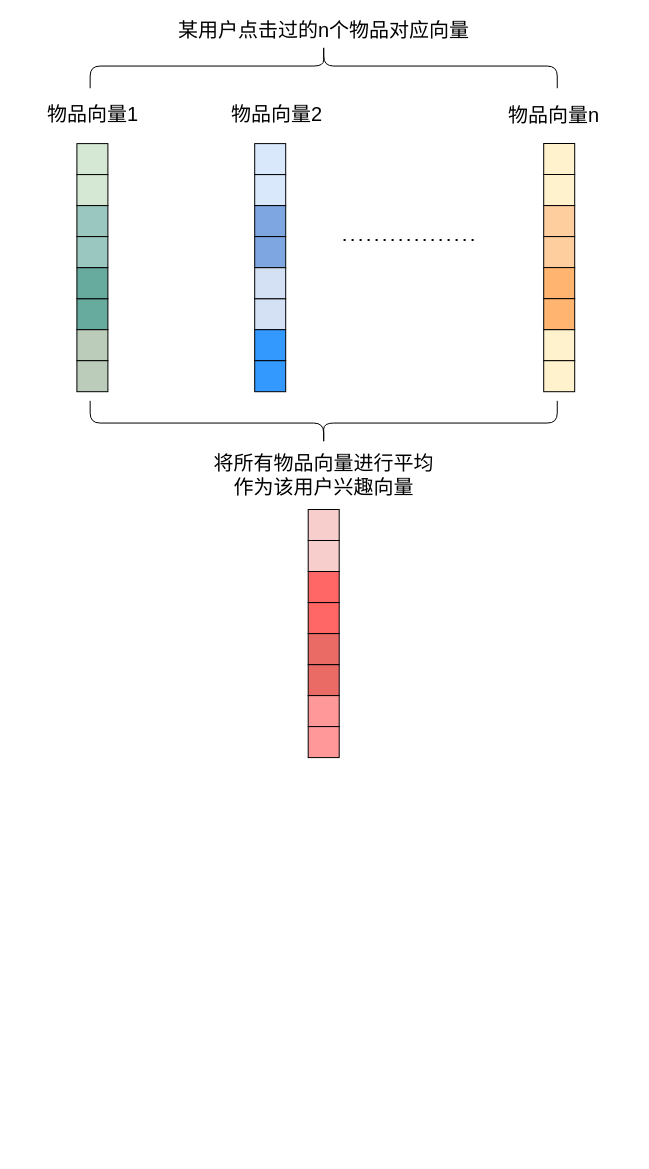
Earlier version of the draw.io diagram 0430.drawio (OdaXU/svm). Source tidied: cells renumbered, new cells numbered last; positions are measured from the earlier drawing's top-left corner, leaving out a move shared by most shapes. Both pictures are drawn from the tidied source at 100%, with x=0, y=0 at pixel (37, -168).
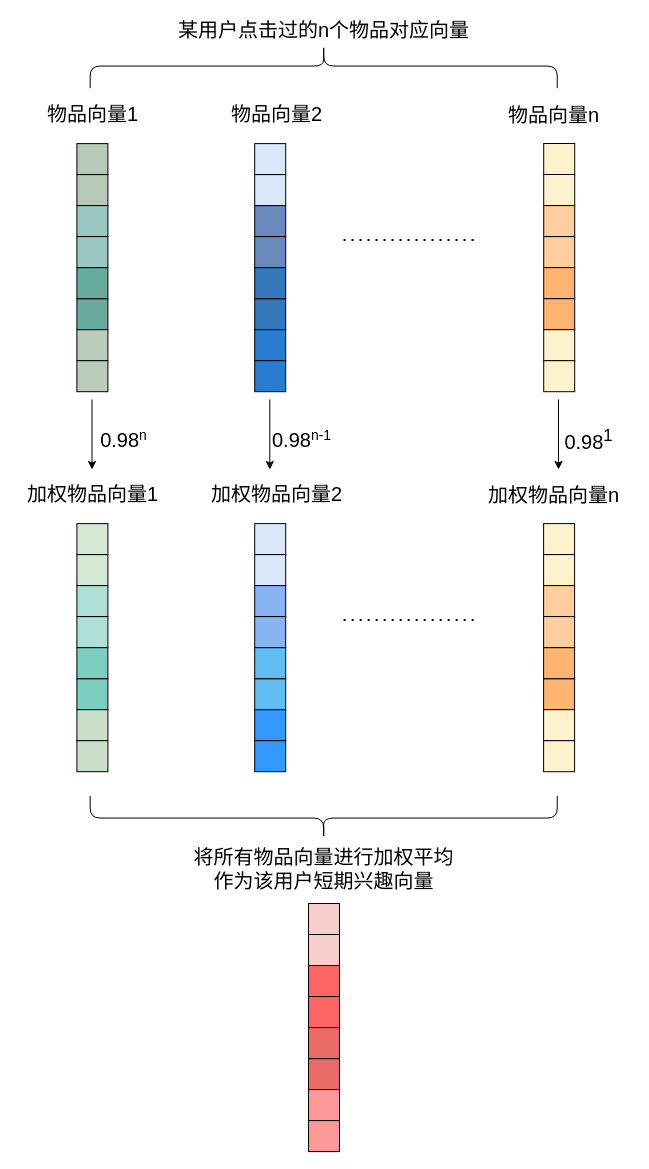
The same diagram, later.

Change to the diagram source:
```diff
@@
-    <mxCell id="16" style="whiteSpace=wrap;html=1;labelBackgroundColor=#FFFFFF;sketch=0;fontSize=15;strokeColor=#000000;fillColor=#d5e8d4;rotation=90;" parent="1" vertex="1">
+    <mxCell id="16" style="whiteSpace=wrap;html=1;labelBackgroundColor=#FFFFFF;sketch=0;fontSize=15;strokeColor=#000000;fillColor=#B9C9B8;rotation=90;" parent="1" vertex="1">
       <mxGeometry x="39.4" y="311.1" width="31" height="31" as="geometry" />
     </mxCell>
-    <mxCell id="17" style="whiteSpace=wrap;html=1;labelBackgroundColor=#FFFFFF;sketch=0;fontSize=15;strokeColor=#000000;fillColor=#d5e8d4;rotation=90;" parent="1" vertex="1">
+    <mxCell id="17" style="whiteSpace=wrap;html=1;labelBackgroundColor=#FFFFFF;sketch=0;fontSize=15;strokeColor=#000000;fillColor=#B9C9B8;rotation=90;" parent="1" vertex="1">
       <mxGeometry x="39.4" y="342.1" width="31" height="31" as="geometry" />
     </mxCell>
@@
-    <mxCell id="28" style="whiteSpace=wrap;html=1;labelBackgroundColor=#FFFFFF;sketch=0;fontSize=15;strokeColor=#000000;fillColor=#7EA6E0;rotation=90;" parent="1" vertex="1">
+    <mxCell id="28" style="whiteSpace=wrap;html=1;labelBackgroundColor=#FFFFFF;sketch=0;fontSize=15;strokeColor=#000000;fillColor=#698ABA;rotation=90;" parent="1" vertex="1">
       <mxGeometry x="217.2" y="373.1" width="31" height="31" as="geometry" />
     </mxCell>
-    <mxCell id="29" style="whiteSpace=wrap;html=1;labelBackgroundColor=#FFFFFF;sketch=0;fontSize=15;strokeColor=#000000;fillColor=#7EA6E0;rotation=90;" parent="1" vertex="1">
+    <mxCell id="29" style="whiteSpace=wrap;html=1;labelBackgroundColor=#FFFFFF;sketch=0;fontSize=15;strokeColor=#000000;fillColor=#698ABA;rotation=90;" parent="1" vertex="1">
       <mxGeometry x="217.2" y="404.1" width="31" height="31" as="geometry" />
     </mxCell>
-    <mxCell id="30" style="whiteSpace=wrap;html=1;labelBackgroundColor=#FFFFFF;sketch=0;fontSize=15;strokeColor=#000000;fillColor=#D4E1F5;rotation=90;" parent="1" vertex="1">
+    <mxCell id="30" style="whiteSpace=wrap;html=1;labelBackgroundColor=#FFFFFF;sketch=0;fontSize=15;strokeColor=#000000;fillColor=#3477BA;rotation=90;" parent="1" vertex="1">
       <mxGeometry x="217.2" y="466.2" width="31" height="31" as="geometry" />
     </mxCell>
-    <mxCell id="31" style="whiteSpace=wrap;html=1;labelBackgroundColor=#FFFFFF;sketch=0;fontSize=15;strokeColor=#000000;fillColor=#3399FF;rotation=90;" parent="1" vertex="1">
+    <mxCell id="31" style="whiteSpace=wrap;html=1;labelBackgroundColor=#FFFFFF;sketch=0;fontSize=15;strokeColor=#000000;fillColor=#297CCF;rotation=90;" parent="1" vertex="1">
       <mxGeometry x="217.2" y="497.2" width="31" height="31" as="geometry" />
     </mxCell>
-    <mxCell id="32" style="whiteSpace=wrap;html=1;labelBackgroundColor=#FFFFFF;sketch=0;fontSize=15;strokeColor=#000000;fillColor=#3399FF;rotation=90;" parent="1" vertex="1">
+    <mxCell id="32" style="whiteSpace=wrap;html=1;labelBackgroundColor=#FFFFFF;sketch=0;fontSize=15;strokeColor=#000000;fillColor=#297CCF;rotation=90;" parent="1" vertex="1">
       <mxGeometry x="217.2" y="528.2" width="31" height="31" as="geometry" />
     </mxCell>
-    <mxCell id="33" style="whiteSpace=wrap;html=1;labelBackgroundColor=#FFFFFF;sketch=0;fontSize=15;strokeColor=#000000;fillColor=#D4E1F5;rotation=90;" parent="1" vertex="1">
+    <mxCell id="33" style="whiteSpace=wrap;html=1;labelBackgroundColor=#FFFFFF;sketch=0;fontSize=15;strokeColor=#000000;fillColor=#3477BA;rotation=90;" parent="1" vertex="1">
       <mxGeometry x="217.2" y="435.2" width="31" height="31" as="geometry" />
     </mxCell>
     <mxCell id="34" style="shape=curlyBracket;whiteSpace=wrap;html=1;rounded=1;fillColor=#FFF2CC;rotation=-90;" parent="1" vertex="1">
-      <mxGeometry x="264" y="357" width="44.4" height="467.1" as="geometry" />
+      <mxGeometry x="264" y="752" width="44.4" height="467.1" as="geometry" />
     </mxCell>
-    <mxCell id="35" value="&lt;span style=&quot;font-size: 20px&quot;&gt;将所有物品向量进行平均&lt;br&gt;作为该用户兴趣向量&lt;br&gt;&lt;/span&gt;" style="text;html=1;align=center;verticalAlign=middle;strokeColor=none;fillColor=none;fontSize=8;fontColor=#000000;" parent="1" vertex="1">
-      <mxGeometry x="166.2" y="627" width="240" height="30" as="geometry" />
+    <mxCell id="35" value="&lt;span style=&quot;font-size: 20px&quot;&gt;将所有物品向量进行加权平均&lt;br&gt;作为该用户短期兴趣向量&lt;br&gt;&lt;/span&gt;" style="text;html=1;align=center;verticalAlign=middle;strokeColor=none;fillColor=none;fontSize=8;fontColor=#000000;" parent="1" vertex="1">
+      <mxGeometry x="146.2" y="1021" width="280" height="30" as="geometry" />
     </mxCell>
+    <mxCell id="44" style="whiteSpace=wrap;html=1;labelBackgroundColor=#FFFFFF;sketch=0;fontSize=15;strokeColor=#000000;fillColor=#fff2cc;rotation=90;" parent="1" vertex="1">
+      <mxGeometry x="506.1" y="691.1" width="31" height="31" as="geometry" />
+    </mxCell>
+    <mxCell id="45" style="whiteSpace=wrap;html=1;labelBackgroundColor=#FFFFFF;sketch=0;fontSize=15;strokeColor=#000000;fillColor=#fff2cc;rotation=90;" parent="1" vertex="1">
+      <mxGeometry x="506.1" y="722.1" width="31" height="31" as="geometry" />
+    </mxCell>
+    <mxCell id="46" style="whiteSpace=wrap;html=1;labelBackgroundColor=#FFFFFF;sketch=0;fontSize=15;strokeColor=#000000;fillColor=#FFCE9F;rotation=90;" parent="1" vertex="1">
+      <mxGeometry x="506.1" y="753.1" width="31" height="31" as="geometry" />
+    </mxCell>
+    <mxCell id="47" style="whiteSpace=wrap;html=1;labelBackgroundColor=#FFFFFF;sketch=0;fontSize=15;strokeColor=#000000;fillColor=#FFCE9F;rotation=90;" parent="1" vertex="1">
+      <mxGeometry x="506.1" y="784.1" width="31" height="31" as="geometry" />
+    </mxCell>
+    <mxCell id="48" style="whiteSpace=wrap;html=1;labelBackgroundColor=#FFFFFF;sketch=0;fontSize=15;strokeColor=#000000;fillColor=#FFB570;rotation=90;" parent="1" vertex="1">
+      <mxGeometry x="506.1" y="846.2" width="31" height="31" as="geometry" />
+    </mxCell>
+    <mxCell id="49" style="whiteSpace=wrap;html=1;labelBackgroundColor=#FFFFFF;sketch=0;fontSize=15;strokeColor=#000000;fillColor=#FFF2CC;rotation=90;" parent="1" vertex="1">
+      <mxGeometry x="506.1" y="877.2" width="31" height="31" as="geometry" />
+    </mxCell>
+    <mxCell id="50" style="whiteSpace=wrap;html=1;labelBackgroundColor=#FFFFFF;sketch=0;fontSize=15;strokeColor=#000000;fillColor=#FFF2CC;rotation=90;" parent="1" vertex="1">
+      <mxGeometry x="506.1" y="908.2" width="31" height="31" as="geometry" />
+    </mxCell>
+    <mxCell id="51" style="whiteSpace=wrap;html=1;labelBackgroundColor=#FFFFFF;sketch=0;fontSize=15;strokeColor=#000000;fillColor=#FFB570;rotation=90;" parent="1" vertex="1">
+      <mxGeometry x="506.1" y="815.2" width="31" height="31" as="geometry" />
+    </mxCell>
+    <mxCell id="52" value="&lt;font style=&quot;font-size: 20px&quot;&gt;加权物品向量n&lt;/font&gt;" style="text;html=1;align=center;verticalAlign=middle;strokeColor=none;fillColor=none;fontSize=20;fontColor=#000000;" parent="1" vertex="1">
+      <mxGeometry x="441" y="647" width="150" height="30" as="geometry" />
+    </mxCell>
+    <mxCell id="53" style="endArrow=none;dashed=1;html=1;dashPattern=1 3;strokeWidth=2;rounded=0;" parent="1" edge="1">
+      <mxGeometry relative="1" as="geometry">
+        <mxPoint x="306.1" y="787.5" as="sourcePoint" />
+        <mxPoint x="439.4" y="787.5" as="targetPoint" />
+      </mxGeometry>
+    </mxCell>
+    <mxCell id="54" style="whiteSpace=wrap;html=1;labelBackgroundColor=#FFFFFF;sketch=0;fontSize=15;strokeColor=#000000;fillColor=#d5e8d4;rotation=90;" parent="1" vertex="1">
+      <mxGeometry x="39.4" y="691.1" width="31" height="31" as="geometry" />
+    </mxCell>
+    <mxCell id="55" style="whiteSpace=wrap;html=1;labelBackgroundColor=#FFFFFF;sketch=0;fontSize=15;strokeColor=#000000;fillColor=#d5e8d4;rotation=90;" parent="1" vertex="1">
+      <mxGeometry x="39.4" y="722.1" width="31" height="31" as="geometry" />
+    </mxCell>
+    <mxCell id="56" style="whiteSpace=wrap;html=1;labelBackgroundColor=#FFFFFF;sketch=0;fontSize=15;strokeColor=#000000;fillColor=#AEE0D7;rotation=90;" parent="1" vertex="1">
+      <mxGeometry x="39.4" y="753.1" width="31" height="31" as="geometry" />
+    </mxCell>
+    <mxCell id="57" style="whiteSpace=wrap;html=1;labelBackgroundColor=#FFFFFF;sketch=0;fontSize=15;strokeColor=#000000;fillColor=#AEE0D7;rotation=90;" parent="1" vertex="1">
+      <mxGeometry x="39.4" y="784.1" width="31" height="31" as="geometry" />
+    </mxCell>
+    <mxCell id="58" style="whiteSpace=wrap;html=1;labelBackgroundColor=#FFFFFF;sketch=0;fontSize=15;strokeColor=#000000;fillColor=#7CCFC0;rotation=90;" parent="1" vertex="1">
+      <mxGeometry x="39.4" y="846.2" width="31" height="31" as="geometry" />
+    </mxCell>
+    <mxCell id="59" style="whiteSpace=wrap;html=1;labelBackgroundColor=#FFFFFF;sketch=0;fontSize=15;strokeColor=#000000;fillColor=#CBDECA;rotation=90;" parent="1" vertex="1">
+      <mxGeometry x="39.4" y="877.2" width="31" height="31" as="geometry" />
+    </mxCell>
+    <mxCell id="60" style="whiteSpace=wrap;html=1;labelBackgroundColor=#FFFFFF;sketch=0;fontSize=15;strokeColor=#000000;fillColor=#CBDECA;rotation=90;" parent="1" vertex="1">
+      <mxGeometry x="39.4" y="908.2" width="31" height="31" as="geometry" />
+    </mxCell>
+    <mxCell id="61" style="whiteSpace=wrap;html=1;labelBackgroundColor=#FFFFFF;sketch=0;fontSize=15;strokeColor=#000000;fillColor=#7CCFC0;rotation=90;" parent="1" vertex="1">
+      <mxGeometry x="39.4" y="815.2" width="31" height="31" as="geometry" />
+    </mxCell>
+    <mxCell id="62" value="&lt;font style=&quot;font-size: 20px&quot;&gt;加权物品向量1&lt;/font&gt;" style="text;html=1;align=center;verticalAlign=middle;strokeColor=none;fillColor=none;fontSize=18;fontColor=#000000;" parent="1" vertex="1">
+      <mxGeometry x="-20" y="647" width="150" height="30" as="geometry" />
+    </mxCell>
+    <mxCell id="63" value="&lt;font style=&quot;font-size: 20px&quot;&gt;加权物品向量2&lt;/font&gt;" style="text;html=1;align=center;verticalAlign=middle;strokeColor=none;fillColor=none;fontSize=18;fontColor=#000000;" parent="1" vertex="1">
+      <mxGeometry x="164.4" y="647" width="150" height="30" as="geometry" />
+    </mxCell>
+    <mxCell id="64" style="whiteSpace=wrap;html=1;labelBackgroundColor=#FFFFFF;sketch=0;fontSize=15;strokeColor=#000000;fillColor=#dae8fc;rotation=90;" parent="1" vertex="1">
+      <mxGeometry x="217.2" y="691.1" width="31" height="31" as="geometry" />
+    </mxCell>
+    <mxCell id="65" style="whiteSpace=wrap;html=1;labelBackgroundColor=#FFFFFF;sketch=0;fontSize=15;strokeColor=#000000;fillColor=#dae8fc;rotation=90;" parent="1" vertex="1">
+      <mxGeometry x="217.2" y="722.1" width="31" height="31" as="geometry" />
+    </mxCell>
+    <mxCell id="66" style="whiteSpace=wrap;html=1;labelBackgroundColor=#FFFFFF;sketch=0;fontSize=15;strokeColor=#000000;fillColor=#88B4F2;rotation=90;" parent="1" vertex="1">
+      <mxGeometry x="217.2" y="753.1" width="31" height="31" as="geometry" />
+    </mxCell>
+    <mxCell id="67" style="whiteSpace=wrap;html=1;labelBackgroundColor=#FFFFFF;sketch=0;fontSize=15;strokeColor=#000000;fillColor=#88B4F2;rotation=90;" parent="1" vertex="1">
+      <mxGeometry x="217.2" y="784.1" width="31" height="31" as="geometry" />
+    </mxCell>
+    <mxCell id="68" style="whiteSpace=wrap;html=1;labelBackgroundColor=#FFFFFF;sketch=0;fontSize=15;strokeColor=#000000;fillColor=#60BEF5;rotation=90;" parent="1" vertex="1">
+      <mxGeometry x="217.2" y="846.2" width="31" height="31" as="geometry" />
+    </mxCell>
+    <mxCell id="69" style="whiteSpace=wrap;html=1;labelBackgroundColor=#FFFFFF;sketch=0;fontSize=15;strokeColor=#000000;fillColor=#3399FF;rotation=90;" parent="1" vertex="1">
+      <mxGeometry x="217.2" y="877.2" width="31" height="31" as="geometry" />
+    </mxCell>
+    <mxCell id="70" style="whiteSpace=wrap;html=1;labelBackgroundColor=#FFFFFF;sketch=0;fontSize=15;strokeColor=#000000;fillColor=#3399FF;rotation=90;" parent="1" vertex="1">
+      <mxGeometry x="217.2" y="908.2" width="31" height="31" as="geometry" />
+    </mxCell>
+    <mxCell id="71" style="whiteSpace=wrap;html=1;labelBackgroundColor=#FFFFFF;sketch=0;fontSize=15;strokeColor=#000000;fillColor=#60BEF5;rotation=90;" parent="1" vertex="1">
+      <mxGeometry x="217.2" y="815.2" width="31" height="31" as="geometry" />
+    </mxCell>
+    <mxCell id="72" style="endArrow=classic;html=1;rounded=0;fontSize=20;" parent="1" edge="1">
+      <mxGeometry relative="1" as="geometry">
+        <mxPoint x="521" y="567" as="sourcePoint" />
+        <mxPoint x="521" y="637" as="targetPoint" />
+      </mxGeometry>
+    </mxCell>
+    <mxCell id="73" style="endArrow=classic;html=1;rounded=0;fontSize=20;" parent="1" edge="1">
+      <mxGeometry relative="1" as="geometry">
+        <mxPoint x="232.3" y="567" as="sourcePoint" />
+        <mxPoint x="232.3" y="637" as="targetPoint" />
+      </mxGeometry>
+    </mxCell>
+    <mxCell id="74" style="endArrow=classic;html=1;rounded=0;fontSize=20;" parent="1" edge="1">
+      <mxGeometry relative="1" as="geometry">
+        <mxPoint x="54.5" y="567" as="sourcePoint" />
+        <mxPoint x="54.5" y="637" as="targetPoint" />
+      </mxGeometry>
+    </mxCell>
+    <mxCell id="75" value="0.98&lt;sup&gt;1&lt;/sup&gt;" style="text;html=1;align=center;verticalAlign=middle;strokeColor=none;fillColor=none;fontSize=20;fontColor=#000000;" parent="1" vertex="1">
+      <mxGeometry x="521" y="587" width="60" height="40" as="geometry" />
+    </mxCell>
+    <mxCell id="76" value="0.98&lt;span style=&quot;font-size: 16.6667px&quot;&gt;&lt;sup&gt;n-1&lt;/sup&gt;&lt;/span&gt;" style="text;html=1;align=center;verticalAlign=middle;strokeColor=none;fillColor=none;fontSize=20;fontColor=#000000;" parent="1" vertex="1">
+      <mxGeometry x="229.4" y="587" width="70" height="40" as="geometry" />
+    </mxCell>
+    <mxCell id="77" value="0.98&lt;span style=&quot;font-size: 16.6667px&quot;&gt;&lt;sup&gt;n&lt;/sup&gt;&lt;/span&gt;" style="text;html=1;align=center;verticalAlign=middle;strokeColor=none;fillColor=none;fontSize=20;fontColor=#000000;" parent="1" vertex="1">
+      <mxGeometry x="56" y="587" width="60" height="40" as="geometry" />
+    </mxCell>
+    <mxCell id="78" style="group;" parent="1" vertex="1">
+      <mxGeometry x="271" y="1071" width="31" height="248.2" as="geometry" />
+    </mxCell>
-    <mxCell id="36" style="whiteSpace=wrap;html=1;labelBackgroundColor=#FFFFFF;sketch=0;fontSize=15;strokeColor=#000000;fillColor=#f8cecc;rotation=90;" parent="1" vertex="1">
-      <mxGeometry x="270.7" y="677" width="31" height="31" as="geometry" />
+    <mxCell id="36" style="whiteSpace=wrap;html=1;labelBackgroundColor=#FFFFFF;sketch=0;fontSize=15;strokeColor=#000000;fillColor=#f8cecc;rotation=90;" parent="78" vertex="1">
+      <mxGeometry width="31" height="31" as="geometry" />
     </mxCell>
-    <mxCell id="37" style="whiteSpace=wrap;html=1;labelBackgroundColor=#FFFFFF;sketch=0;fontSize=15;strokeColor=#000000;fillColor=#f8cecc;rotation=90;" parent="1" vertex="1">
-      <mxGeometry x="270.7" y="708" width="31" height="31" as="geometry" />
+    <mxCell id="37" style="whiteSpace=wrap;html=1;labelBackgroundColor=#FFFFFF;sketch=0;fontSize=15;strokeColor=#000000;fillColor=#f8cecc;rotation=90;" parent="78" vertex="1">
+      <mxGeometry y="31" width="31" height="31" as="geometry" />
     </mxCell>
-    <mxCell id="38" style="whiteSpace=wrap;html=1;labelBackgroundColor=#FFFFFF;sketch=0;fontSize=15;strokeColor=#000000;fillColor=#FF6666;rotation=90;" parent="1" vertex="1">
-      <mxGeometry x="270.7" y="739" width="31" height="31" as="geometry" />
+    <mxCell id="38" style="whiteSpace=wrap;html=1;labelBackgroundColor=#FFFFFF;sketch=0;fontSize=15;strokeColor=#000000;fillColor=#FF6666;rotation=90;" parent="78" vertex="1">
+      <mxGeometry y="62" width="31" height="31" as="geometry" />
     </mxCell>
-    <mxCell id="39" style="whiteSpace=wrap;html=1;labelBackgroundColor=#FFFFFF;sketch=0;fontSize=15;strokeColor=#000000;fillColor=#FF6666;rotation=90;" parent="1" vertex="1">
-      <mxGeometry x="270.7" y="770.1" width="31" height="31" as="geometry" />
+    <mxCell id="39" style="whiteSpace=wrap;html=1;labelBackgroundColor=#FFFFFF;sketch=0;fontSize=15;strokeColor=#000000;fillColor=#FF6666;rotation=90;" parent="78" vertex="1">
+      <mxGeometry y="93.1" width="31" height="31" as="geometry" />
     </mxCell>
-    <mxCell id="40" style="whiteSpace=wrap;html=1;labelBackgroundColor=#FFFFFF;sketch=0;fontSize=15;strokeColor=#000000;fillColor=#EA6B66;rotation=90;" parent="1" vertex="1">
-      <mxGeometry x="270.7" y="832.1" width="31" height="31" as="geometry" />
+    <mxCell id="40" style="whiteSpace=wrap;html=1;labelBackgroundColor=#FFFFFF;sketch=0;fontSize=15;strokeColor=#000000;fillColor=#EA6B66;rotation=90;" parent="78" vertex="1">
+      <mxGeometry y="155.1" width="31" height="31" as="geometry" />
     </mxCell>
-    <mxCell id="41" style="whiteSpace=wrap;html=1;labelBackgroundColor=#FFFFFF;sketch=0;fontSize=15;strokeColor=#000000;fillColor=#FF9999;rotation=90;" parent="1" vertex="1">
-      <mxGeometry x="270.7" y="863.1" width="31" height="31" as="geometry" />
+    <mxCell id="41" style="whiteSpace=wrap;html=1;labelBackgroundColor=#FFFFFF;sketch=0;fontSize=15;strokeColor=#000000;fillColor=#FF9999;rotation=90;" parent="78" vertex="1">
+      <mxGeometry y="186.1" width="31" height="31" as="geometry" />
     </mxCell>
-    <mxCell id="42" style="whiteSpace=wrap;html=1;labelBackgroundColor=#FFFFFF;sketch=0;fontSize=15;strokeColor=#000000;fillColor=#FF9999;rotation=90;" parent="1" vertex="1">
-      <mxGeometry x="270.7" y="894.1" width="31" height="31" as="geometry" />
+    <mxCell id="42" style="whiteSpace=wrap;html=1;labelBackgroundColor=#FFFFFF;sketch=0;fontSize=15;strokeColor=#000000;fillColor=#FF9999;rotation=90;" parent="78" vertex="1">
+      <mxGeometry y="217.1" width="31" height="31" as="geometry" />
     </mxCell>
-    <mxCell id="43" style="whiteSpace=wrap;html=1;labelBackgroundColor=#FFFFFF;sketch=0;fontSize=15;strokeColor=#000000;fillColor=#EA6B66;rotation=90;" parent="1" vertex="1">
-      <mxGeometry x="270.7" y="801.1" width="31" height="31" as="geometry" />
+    <mxCell id="43" style="whiteSpace=wrap;html=1;labelBackgroundColor=#FFFFFF;sketch=0;fontSize=15;strokeColor=#000000;fillColor=#EA6B66;rotation=90;" parent="78" vertex="1">
+      <mxGeometry y="124.1" width="31" height="31" as="geometry" />
     </mxCell>
```
